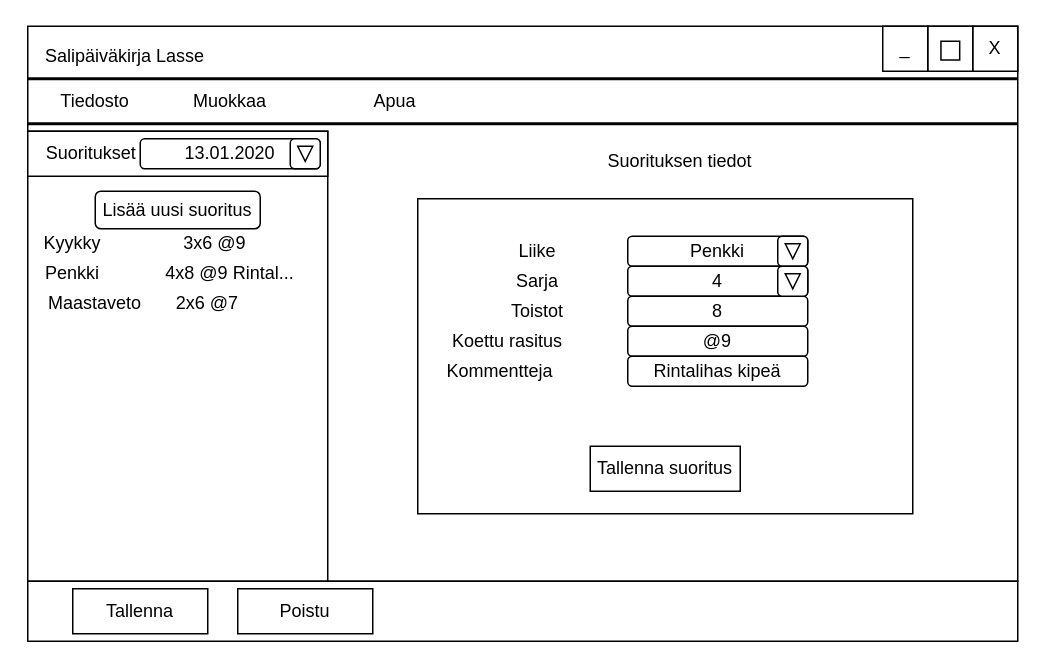
Before: kuvat/sali suunnitelma.drawio in lssrty/Gymlog, a draw.io diagram. Source tidied: cells renumbered, new cells numbered last; positions are measured from the earlier drawing's top-left corner, leaving out a move shared by most shapes. Both pictures are drawn from the tidied source at 150%, with x=0, y=0 at pixel (27, 26).
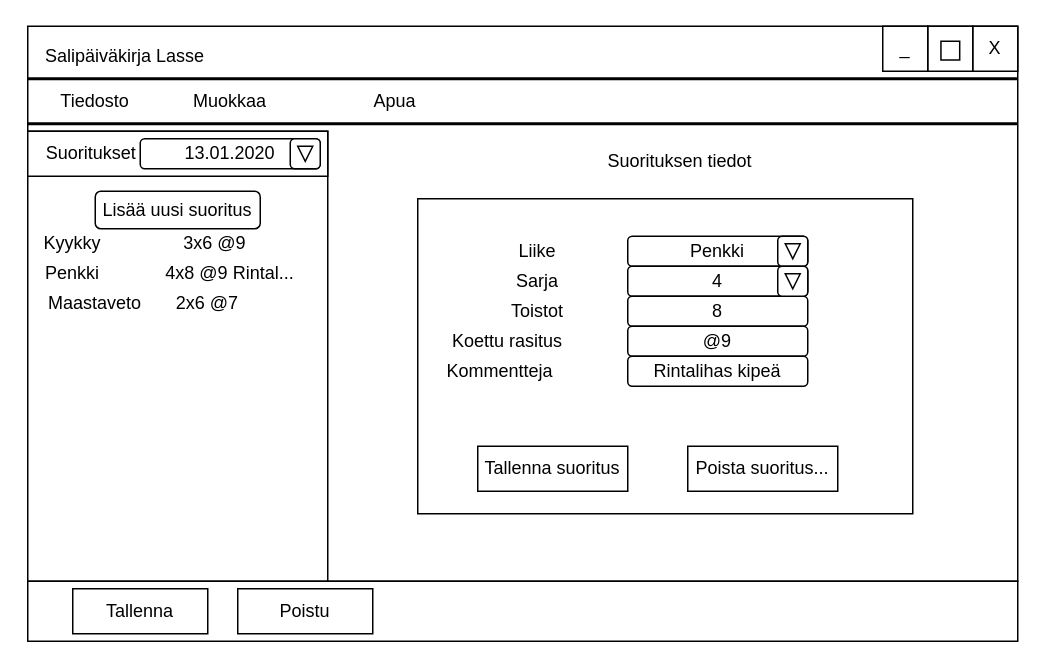
After the change.

The edit, as a diff of the source:
```diff
@@
     <mxCell id="30" value="Tallenna suoritus" style="rounded=0;whiteSpace=wrap;html=1;" parent="1" vertex="1">
-      <mxGeometry x="375" y="280" width="100" height="30" as="geometry" />
+      <mxGeometry x="300" y="280" width="100" height="30" as="geometry" />
     </mxCell>
@@
+    <mxCell id="46" value="Poista suoritus..." style="rounded=0;whiteSpace=wrap;html=1;" parent="1" vertex="1">
+      <mxGeometry x="440" y="280" width="100" height="30" as="geometry" />
+    </mxCell>
```
